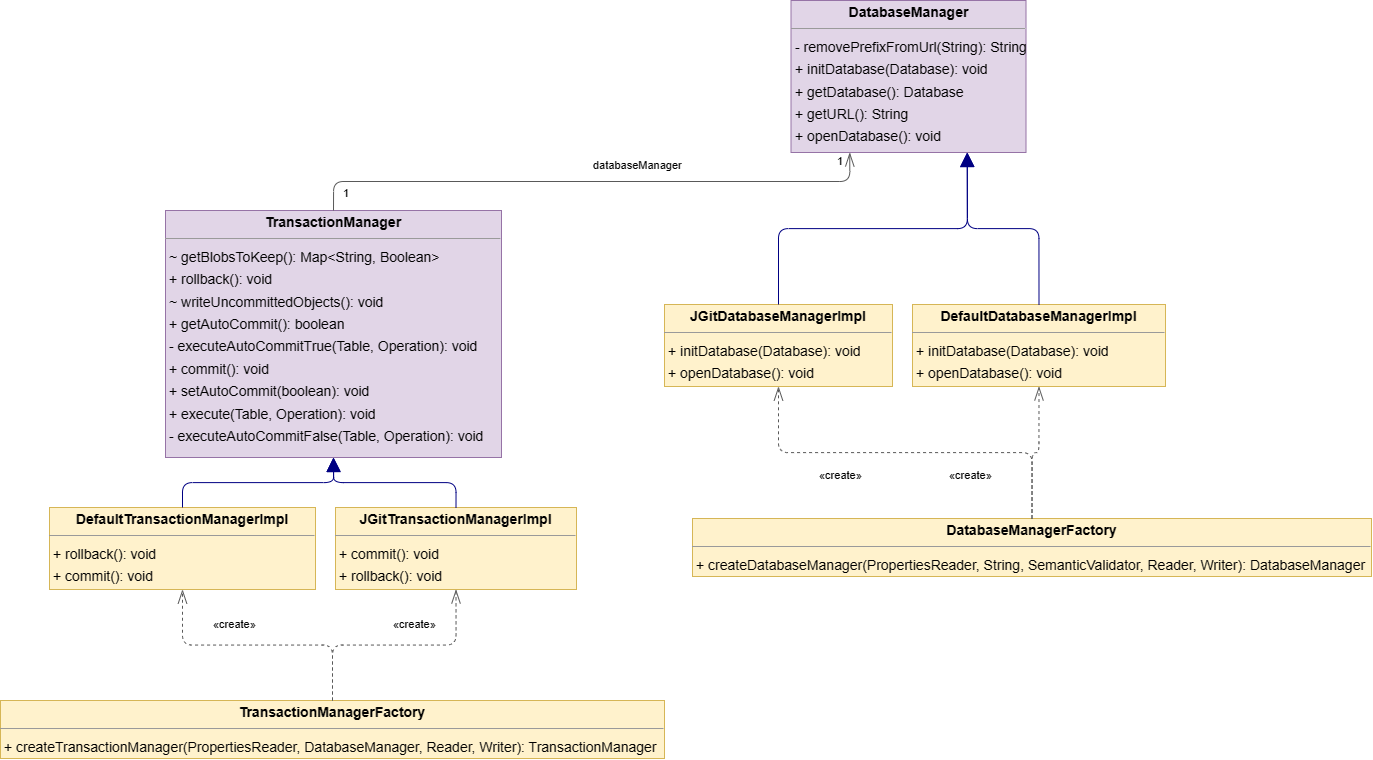
Above: JFSQL-documentation/Images/TransactionManager and DatabaseManager.png in Zsolti0819/JFSQL (draw.io), before the change. Source tidied: cells renumbered, new cells last; positions are measured from the earlier drawing's top-left corner, leaving out a move shared by most shapes. Its diagram source:
```xml
<mxGraphModel>
  <root>
    <mxCell id="0" />
    <mxCell id="1" parent="0" />
    <mxCell id="2" value="&lt;p style=&quot;margin:0px;margin-top:4px;text-align:center;&quot;&gt;&lt;b&gt;DatabaseManager&lt;/b&gt;&lt;/p&gt;&lt;hr size=&quot;1&quot;/&gt;&lt;p style=&quot;margin:0 0 0 4px;line-height:1.6;&quot;&gt;- removePrefixFromUrl(String): String&lt;br/&gt;+ initDatabase(Database): void&lt;br/&gt;+ getDatabase(): Database&lt;br/&gt;+ getURL(): String&lt;br/&gt;+ openDatabase(): void&lt;/p&gt;" style="verticalAlign=top;align=left;overflow=fill;fontSize=14;fontFamily=Helvetica;html=1;rounded=0;shadow=0;comic=0;labelBackgroundColor=none;strokeWidth=1;fillColor=#e1d5e7;strokeColor=#9673a6;" parent="1" vertex="1">
      <mxGeometry x="790.5" width="235" height="152" as="geometry" />
    </mxCell>
    <mxCell id="3" value="&lt;p style=&quot;margin:0px;margin-top:4px;text-align:center;&quot;&gt;&lt;b&gt;DatabaseManagerFactory&lt;/b&gt;&lt;/p&gt;&lt;hr size=&quot;1&quot;/&gt;&lt;p style=&quot;margin:0 0 0 4px;line-height:1.6;&quot;&gt;+ createDatabaseManager(PropertiesReader, String, SemanticValidator, Reader, Writer): DatabaseManager&lt;/p&gt;" style="verticalAlign=top;align=left;overflow=fill;fontSize=14;fontFamily=Helvetica;html=1;rounded=0;shadow=0;comic=0;labelBackgroundColor=none;strokeWidth=1;fillColor=#fff2cc;strokeColor=#d6b656;" parent="1" vertex="1">
      <mxGeometry x="692" y="518" width="679" height="58" as="geometry" />
    </mxCell>
    <mxCell id="4" value="&lt;p style=&quot;margin:0px;margin-top:4px;text-align:center;&quot;&gt;&lt;b&gt;DefaultDatabaseManagerImpl&lt;/b&gt;&lt;/p&gt;&lt;hr size=&quot;1&quot;/&gt;&lt;p style=&quot;margin:0 0 0 4px;line-height:1.6;&quot;&gt;+ initDatabase(Database): void&lt;br/&gt;+ openDatabase(): void&lt;/p&gt;" style="verticalAlign=top;align=left;overflow=fill;fontSize=14;fontFamily=Helvetica;html=1;rounded=0;shadow=0;comic=0;labelBackgroundColor=none;strokeWidth=1;fillColor=#fff2cc;strokeColor=#d6b656;" parent="1" vertex="1">
      <mxGeometry x="912" y="304" width="253" height="82" as="geometry" />
    </mxCell>
    <mxCell id="5" value="&lt;p style=&quot;margin:0px;margin-top:4px;text-align:center;&quot;&gt;&lt;b&gt;DefaultTransactionManagerImpl&lt;/b&gt;&lt;/p&gt;&lt;hr size=&quot;1&quot;/&gt;&lt;p style=&quot;margin:0 0 0 4px;line-height:1.6;&quot;&gt;+ rollback(): void&lt;br/&gt;+ commit(): void&lt;/p&gt;" style="verticalAlign=top;align=left;overflow=fill;fontSize=14;fontFamily=Helvetica;html=1;rounded=0;shadow=0;comic=0;labelBackgroundColor=none;strokeWidth=1;fillColor=#fff2cc;strokeColor=#d6b656;" parent="1" vertex="1">
      <mxGeometry x="49" y="507" width="266" height="82" as="geometry" />
    </mxCell>
    <mxCell id="6" value="&lt;p style=&quot;margin:0px;margin-top:4px;text-align:center;&quot;&gt;&lt;b&gt;JGitDatabaseManagerImpl&lt;/b&gt;&lt;/p&gt;&lt;hr size=&quot;1&quot;/&gt;&lt;p style=&quot;margin:0 0 0 4px;line-height:1.6;&quot;&gt;+ initDatabase(Database): void&lt;br/&gt;+ openDatabase(): void&lt;/p&gt;" style="verticalAlign=top;align=left;overflow=fill;fontSize=14;fontFamily=Helvetica;html=1;rounded=0;shadow=0;comic=0;labelBackgroundColor=none;strokeWidth=1;fillColor=#fff2cc;strokeColor=#d6b656;" parent="1" vertex="1">
      <mxGeometry x="664" y="304" width="228" height="82" as="geometry" />
    </mxCell>
    <mxCell id="7" value="&lt;p style=&quot;margin:0px;margin-top:4px;text-align:center;&quot;&gt;&lt;b&gt;JGitTransactionManagerImpl&lt;/b&gt;&lt;/p&gt;&lt;hr size=&quot;1&quot;/&gt;&lt;p style=&quot;margin:0 0 0 4px;line-height:1.6;&quot;&gt;+ commit(): void&lt;br/&gt;+ rollback(): void&lt;/p&gt;" style="verticalAlign=top;align=left;overflow=fill;fontSize=14;fontFamily=Helvetica;html=1;rounded=0;shadow=0;comic=0;labelBackgroundColor=none;strokeWidth=1;fillColor=#fff2cc;strokeColor=#d6b656;" parent="1" vertex="1">
      <mxGeometry x="335" y="507" width="241" height="82" as="geometry" />
    </mxCell>
    <mxCell id="8" value="&lt;p style=&quot;margin:0px;margin-top:4px;text-align:center;&quot;&gt;&lt;b&gt;TransactionManager&lt;/b&gt;&lt;/p&gt;&lt;hr size=&quot;1&quot;/&gt;&lt;p style=&quot;margin:0 0 0 4px;line-height:1.6;&quot;&gt;~ getBlobsToKeep(): Map&amp;lt;String, Boolean&amp;gt;&lt;br/&gt;+ rollback(): void&lt;br/&gt;~ writeUncommittedObjects(): void&lt;br/&gt;+ getAutoCommit(): boolean&lt;br/&gt;- executeAutoCommitTrue(Table, Operation): void&lt;br/&gt;+ commit(): void&lt;br/&gt;+ setAutoCommit(boolean): void&lt;br/&gt;+ execute(Table, Operation): void&lt;br/&gt;- executeAutoCommitFalse(Table, Operation): void&lt;/p&gt;" style="verticalAlign=top;align=left;overflow=fill;fontSize=14;fontFamily=Helvetica;html=1;rounded=0;shadow=0;comic=0;labelBackgroundColor=none;strokeWidth=1;fillColor=#e1d5e7;strokeColor=#9673a6;" parent="1" vertex="1">
      <mxGeometry x="165" y="210" width="336" height="247" as="geometry" />
    </mxCell>
    <mxCell id="9" value="&lt;p style=&quot;margin:0px;margin-top:4px;text-align:center;&quot;&gt;&lt;b&gt;TransactionManagerFactory&lt;/b&gt;&lt;/p&gt;&lt;hr size=&quot;1&quot;/&gt;&lt;p style=&quot;margin:0 0 0 4px;line-height:1.6;&quot;&gt;+ createTransactionManager(PropertiesReader, DatabaseManager, Reader, Writer): TransactionManager&lt;/p&gt;" style="verticalAlign=top;align=left;overflow=fill;fontSize=14;fontFamily=Helvetica;html=1;rounded=0;shadow=0;comic=0;labelBackgroundColor=none;strokeWidth=1;fillColor=#fff2cc;strokeColor=#d6b656;" parent="1" vertex="1">
      <mxGeometry y="700" width="664" height="58" as="geometry" />
    </mxCell>
    <mxCell id="10" style="html=1;rounded=1;edgeStyle=orthogonalEdgeStyle;dashed=1;startArrow=none;endArrow=openThin;endSize=12;strokeColor=#595959;exitX=0.500;exitY=0.001;exitDx=0;exitDy=0;entryX=0.500;entryY=1.001;entryDx=0;entryDy=0;" parent="1" edge="1" source="3" target="4">
      <mxGeometry relative="1" as="geometry" />
    </mxCell>
    <mxCell id="11" value="«create»" style="edgeLabel;html=1;align=left;verticalAlign=top;strokeColor=default;" parent="10" vertex="1">
      <mxGeometry x="766" y="412" as="geometry" />
    </mxCell>
    <mxCell id="12" style="html=1;rounded=1;edgeStyle=orthogonalEdgeStyle;dashed=1;startArrow=none;endArrow=openThin;endSize=12;strokeColor=#595959;exitX=0.500;exitY=0.001;exitDx=0;exitDy=0;entryX=0.500;entryY=1.001;entryDx=0;entryDy=0;" parent="1" edge="1" source="3" target="6">
      <mxGeometry relative="1" as="geometry" />
    </mxCell>
    <mxCell id="13" value="«create»" style="edgeLabel;html=1;align=left;verticalAlign=top;strokeColor=default;" parent="12" vertex="1">
      <mxGeometry x="636" y="412" as="geometry" />
    </mxCell>
    <mxCell id="14" style="html=1;rounded=1;edgeStyle=orthogonalEdgeStyle;dashed=0;startArrow=none;endArrow=block;endSize=12;strokeColor=#000082;exitX=0.500;exitY=0.001;exitDx=0;exitDy=0;entryX=0.750;entryY=1.000;entryDx=0;entryDy=0;" parent="1" edge="1" source="4" target="2">
      <mxGeometry relative="1" as="geometry" />
    </mxCell>
    <mxCell id="15" style="html=1;rounded=1;edgeStyle=orthogonalEdgeStyle;dashed=0;startArrow=none;endArrow=block;endSize=12;strokeColor=#000082;exitX=0.500;exitY=0.001;exitDx=0;exitDy=0;entryX=0.500;entryY=1.000;entryDx=0;entryDy=0;" parent="1" edge="1" source="5" target="8">
      <mxGeometry relative="1" as="geometry" />
    </mxCell>
    <mxCell id="16" style="html=1;rounded=1;edgeStyle=orthogonalEdgeStyle;dashed=0;startArrow=none;endArrow=block;endSize=12;strokeColor=#000082;exitX=0.500;exitY=0.001;exitDx=0;exitDy=0;entryX=0.750;entryY=1.000;entryDx=0;entryDy=0;" parent="1" edge="1" source="6" target="2">
      <mxGeometry relative="1" as="geometry" />
    </mxCell>
    <mxCell id="17" style="html=1;rounded=1;edgeStyle=orthogonalEdgeStyle;dashed=0;startArrow=none;endArrow=block;endSize=12;strokeColor=#000082;exitX=0.500;exitY=0.001;exitDx=0;exitDy=0;entryX=0.500;entryY=1.000;entryDx=0;entryDy=0;" parent="1" edge="1" source="7" target="8">
      <mxGeometry relative="1" as="geometry" />
    </mxCell>
    <mxCell id="18" style="html=1;rounded=1;edgeStyle=orthogonalEdgeStyle;dashed=0;startArrow=diamondThinstartSize=12;endArrow=openThin;endSize=12;strokeColor=#595959;exitX=0.500;exitY=0.000;exitDx=0;exitDy=0;entryX=0.250;entryY=1.000;entryDx=0;entryDy=0;" parent="1" edge="1" source="8" target="2">
      <mxGeometry relative="1" as="geometry" />
    </mxCell>
    <mxCell id="19" value="1" style="edgeLabel;html=1;align=left;verticalAlign=top;strokeColor=default;" parent="18" vertex="1">
      <mxGeometry x="160" y="130" as="geometry" />
    </mxCell>
    <mxCell id="20" value="1" style="edgeLabel;html=1;align=left;verticalAlign=top;strokeColor=default;" parent="18" vertex="1">
      <mxGeometry x="280" y="90" as="geometry">
        <mxPoint x="374" y="8" as="offset" />
      </mxGeometry>
    </mxCell>
    <mxCell id="21" value="databaseManager" style="edgeLabel;html=1;align=left;verticalAlign=top;strokeColor=default;" parent="18" vertex="1">
      <mxGeometry x="410" y="102" as="geometry" />
    </mxCell>
    <mxCell id="22" style="html=1;rounded=1;edgeStyle=orthogonalEdgeStyle;dashed=1;startArrow=none;endArrow=openThin;endSize=12;strokeColor=#595959;exitX=0.500;exitY=0.001;exitDx=0;exitDy=0;entryX=0.500;entryY=1.001;entryDx=0;entryDy=0;" parent="1" edge="1" source="9" target="5">
      <mxGeometry relative="1" as="geometry" />
    </mxCell>
    <mxCell id="23" value="«create»" style="edgeLabel;html=1;align=left;verticalAlign=top;strokeColor=default;" parent="22" vertex="1">
      <mxGeometry x="30" y="561" as="geometry" />
    </mxCell>
    <mxCell id="24" style="html=1;rounded=1;edgeStyle=orthogonalEdgeStyle;dashed=1;startArrow=none;endArrow=openThin;endSize=12;strokeColor=#595959;exitX=0.500;exitY=0.001;exitDx=0;exitDy=0;entryX=0.500;entryY=1.001;entryDx=0;entryDy=0;" parent="1" edge="1" source="9" target="7">
      <mxGeometry relative="1" as="geometry" />
    </mxCell>
    <mxCell id="25" value="«create»" style="edgeLabel;html=1;align=left;verticalAlign=top;strokeColor=default;" parent="24" vertex="1">
      <mxGeometry x="210" y="561" as="geometry" />
    </mxCell>
  </root>
</mxGraphModel>
```
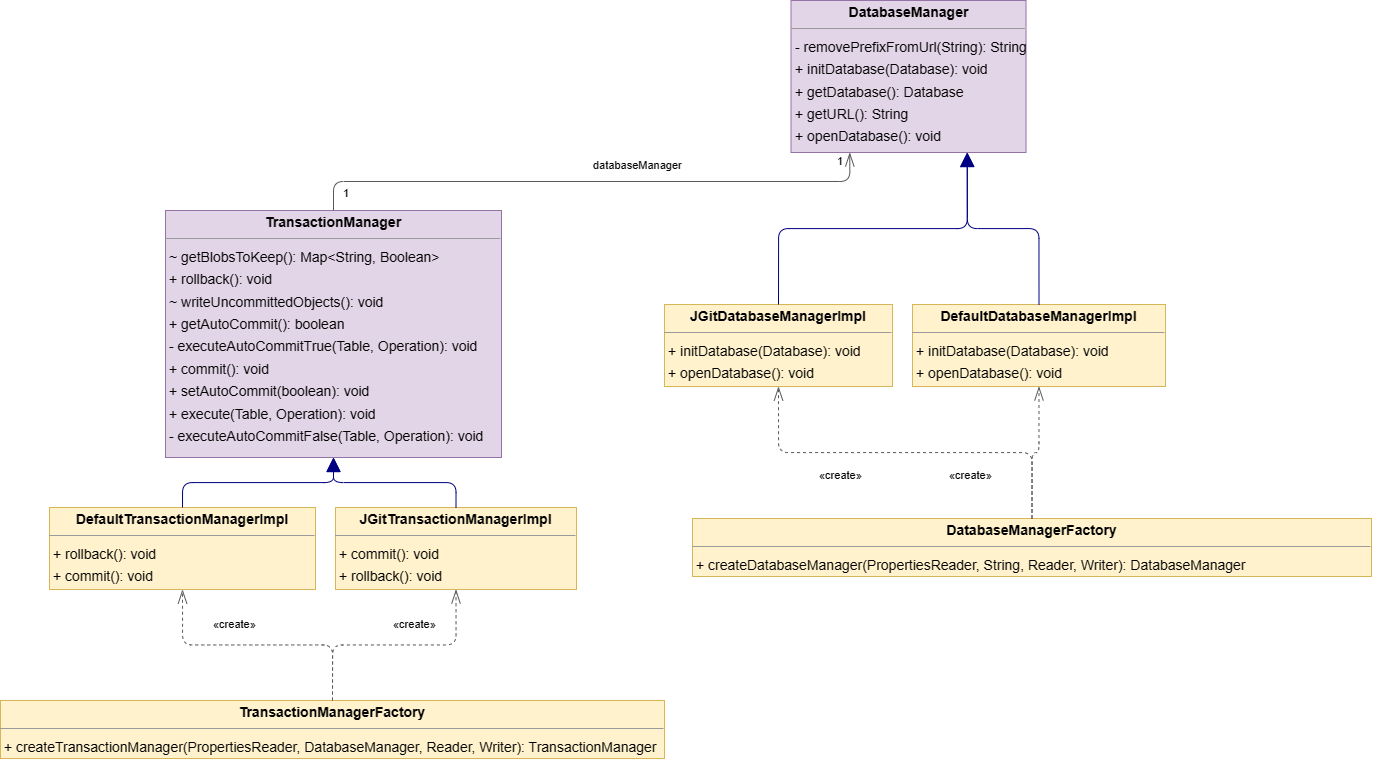
Later version of the same file.

The edit, as a diff of the source:
```diff
@@ -5,7 +5,7 @@
     <mxCell id="2" value="&lt;p style=&quot;margin:0px;margin-top:4px;text-align:center;&quot;&gt;&lt;b&gt;DatabaseManager&lt;/b&gt;&lt;/p&gt;&lt;hr size=&quot;1&quot;/&gt;&lt;p style=&quot;margin:0 0 0 4px;line-height:1.6;&quot;&gt;- removePrefixFromUrl(String): String&lt;br/&gt;+ initDatabase(Database): void&lt;br/&gt;+ getDatabase(): Database&lt;br/&gt;+ getURL(): String&lt;br/&gt;+ openDatabase(): void&lt;/p&gt;" style="verticalAlign=top;align=left;overflow=fill;fontSize=14;fontFamily=Helvetica;html=1;rounded=0;shadow=0;comic=0;labelBackgroundColor=none;strokeWidth=1;fillColor=#e1d5e7;strokeColor=#9673a6;" parent="1" vertex="1">
       <mxGeometry x="790.5" width="235" height="152" as="geometry" />
     </mxCell>
-    <mxCell id="3" value="&lt;p style=&quot;margin:0px;margin-top:4px;text-align:center;&quot;&gt;&lt;b&gt;DatabaseManagerFactory&lt;/b&gt;&lt;/p&gt;&lt;hr size=&quot;1&quot;/&gt;&lt;p style=&quot;margin:0 0 0 4px;line-height:1.6;&quot;&gt;+ createDatabaseManager(PropertiesReader, String, SemanticValidator, Reader, Writer): DatabaseManager&lt;/p&gt;" style="verticalAlign=top;align=left;overflow=fill;fontSize=14;fontFamily=Helvetica;html=1;rounded=0;shadow=0;comic=0;labelBackgroundColor=none;strokeWidth=1;fillColor=#fff2cc;strokeColor=#d6b656;" parent="1" vertex="1">
+    <mxCell id="3" value="&lt;p style=&quot;margin:0px;margin-top:4px;text-align:center;&quot;&gt;&lt;b&gt;DatabaseManagerFactory&lt;/b&gt;&lt;/p&gt;&lt;hr size=&quot;1&quot;&gt;&lt;p style=&quot;margin:0 0 0 4px;line-height:1.6;&quot;&gt;+ createDatabaseManager(PropertiesReader, String, Reader, Writer): DatabaseManager&lt;/p&gt;" style="verticalAlign=top;align=left;overflow=fill;fontSize=14;fontFamily=Helvetica;html=1;rounded=0;shadow=0;comic=0;labelBackgroundColor=none;strokeWidth=1;fillColor=#fff2cc;strokeColor=#d6b656;" parent="1" vertex="1">
       <mxGeometry x="692" y="518" width="679" height="58" as="geometry" />
     </mxCell>
     <mxCell id="4" value="&lt;p style=&quot;margin:0px;margin-top:4px;text-align:center;&quot;&gt;&lt;b&gt;DefaultDatabaseManagerImpl&lt;/b&gt;&lt;/p&gt;&lt;hr size=&quot;1&quot;/&gt;&lt;p style=&quot;margin:0 0 0 4px;line-height:1.6;&quot;&gt;+ initDatabase(Database): void&lt;br/&gt;+ openDatabase(): void&lt;/p&gt;" style="verticalAlign=top;align=left;overflow=fill;fontSize=14;fontFamily=Helvetica;html=1;rounded=0;shadow=0;comic=0;labelBackgroundColor=none;strokeWidth=1;fillColor=#fff2cc;strokeColor=#d6b656;" parent="1" vertex="1">
```
